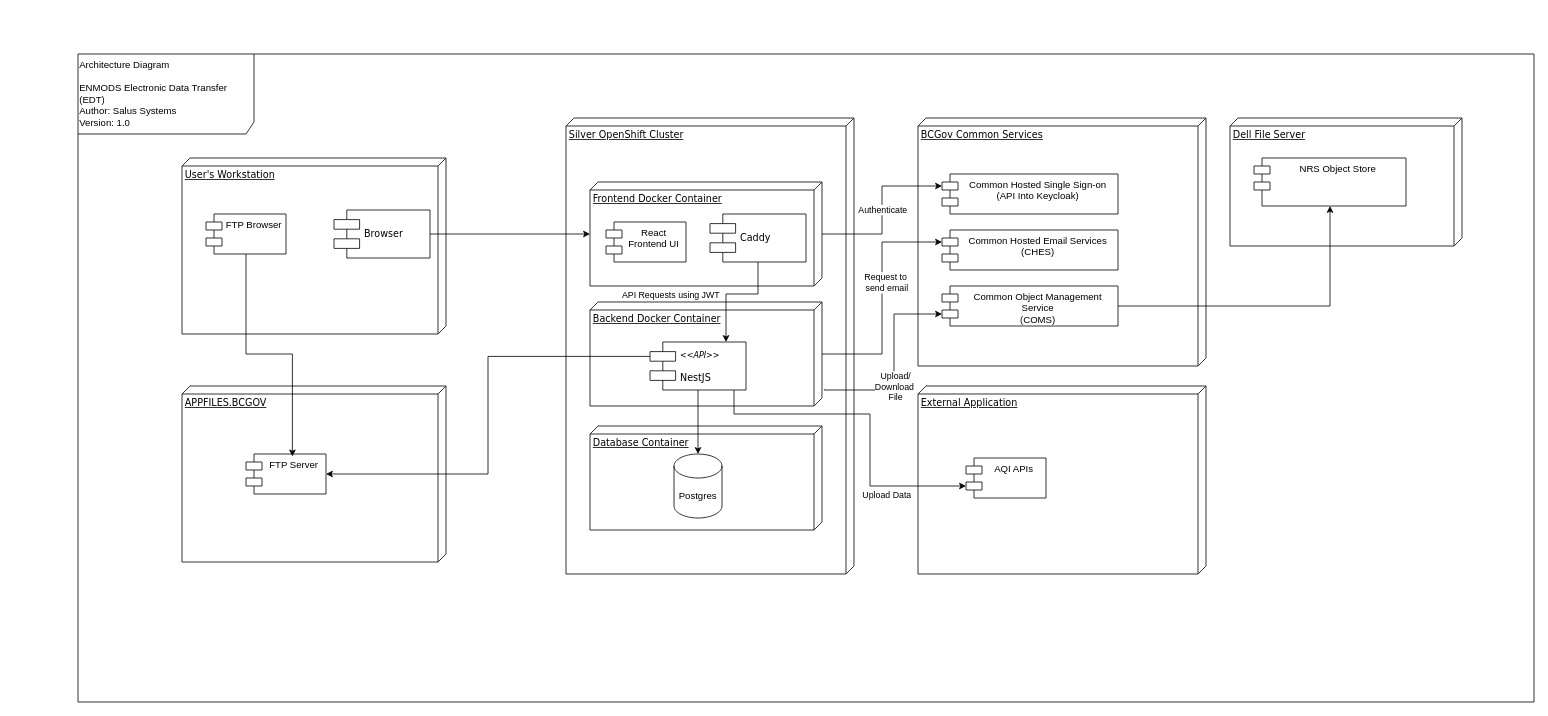
This is documentation/Architecture.drawio from bcgov/nr-enmods-dar, a draw.io file, before an edit. Source tidied: cells renumbered, new cells numbered last; positions are measured from the earlier drawing's top-left corner, leaving out a move shared by most shapes. Both pictures are drawn from the tidied source at 80%, with x=0, y=0 at pixel (78, 54).
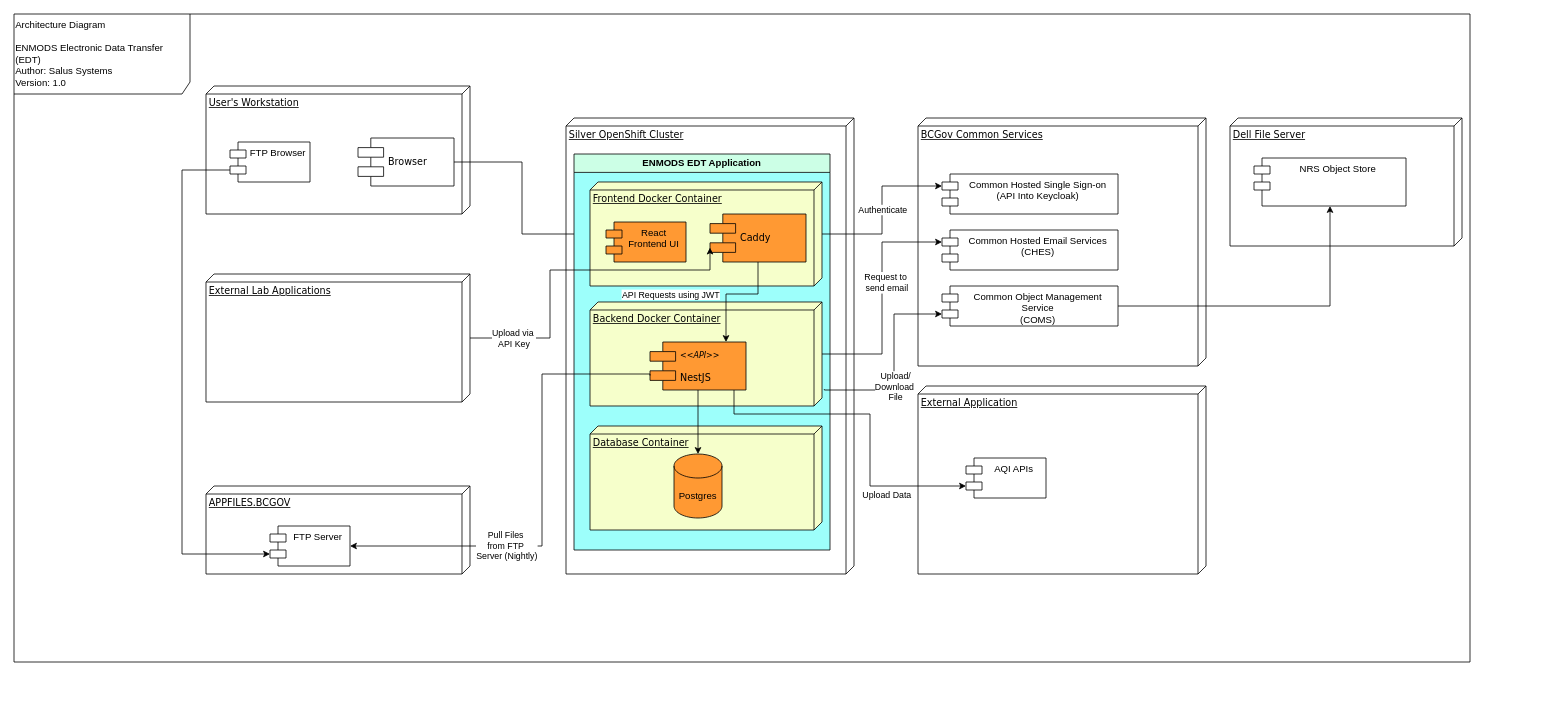
The same page after the edit.

The edit, as a diff of the source:
```diff
@@
     <mxCell id="2" value="User's Workstation" style="verticalAlign=top;align=left;spacingTop=8;spacingLeft=2;spacingRight=12;shape=cube;size=10;direction=south;fontStyle=4;html=1;rounded=0;shadow=0;comic=0;labelBackgroundColor=none;strokeWidth=1;fontFamily=Verdana;fontSize=12;" parent="1" vertex="1">
-      <mxGeometry x="130" y="130" width="330" height="220" as="geometry" />
+      <mxGeometry x="160" y="40" width="330" height="160" as="geometry" />
     </mxCell>
@@
     <mxCell id="5" value="Browser" style="shape=component;align=left;spacingLeft=36;rounded=0;shadow=0;comic=0;labelBackgroundColor=none;strokeWidth=1;fontFamily=Verdana;fontSize=12;html=1;" parent="1" vertex="1">
-      <mxGeometry x="320" y="195" width="120" height="60" as="geometry" />
+      <mxGeometry x="350" y="105" width="120" height="60" as="geometry" />
     </mxCell>
     <mxCell id="6" value="&lt;div align=&quot;center&quot;&gt;FTP Browser&lt;/div&gt;" style="shape=module;align=center;spacingLeft=20;align=center;verticalAlign=top;whiteSpace=wrap;html=1;" parent="1" vertex="1">
-      <mxGeometry x="160" y="200" width="100" height="50" as="geometry" />
+      <mxGeometry x="190" y="110" width="100" height="50" as="geometry" />
     </mxCell>
     <mxCell id="7" value="&lt;div align=&quot;left&quot;&gt;Architecture Diagram&lt;/div&gt;&lt;div align=&quot;left&quot;&gt;&lt;br&gt;&lt;/div&gt;&lt;div align=&quot;left&quot;&gt;ENMODS Electronic Data Transfer (EDT)&lt;/div&gt;&lt;div align=&quot;left&quot;&gt;Author: Salus Systems&lt;/div&gt;&lt;div align=&quot;left&quot;&gt;Version: 1.0&lt;/div&gt;" style="shape=umlFrame;whiteSpace=wrap;html=1;width=220;height=100;align=left;" parent="1" vertex="1">
-      <mxGeometry width="1820" height="810" as="geometry" />
+      <mxGeometry x="-80" y="-50" width="1820" height="810" as="geometry" />
     </mxCell>
+    <mxCell id="39" value="ENMODS EDT Application" style="swimlane;whiteSpace=wrap;html=1;fillColor=#CCFFE6;backgroundOutline=0;swimlaneFillColor=#9DFFFB;" parent="1" vertex="1">
+      <mxGeometry x="620" y="125" width="320" height="495" as="geometry" />
+    </mxCell>
-    <mxCell id="8" value="Frontend Docker Container" style="verticalAlign=top;align=left;spacingTop=8;spacingLeft=2;spacingRight=12;shape=cube;size=10;direction=south;fontStyle=4;html=1;rounded=0;shadow=0;comic=0;labelBackgroundColor=none;strokeWidth=1;fontFamily=Verdana;fontSize=12;" parent="1" vertex="1">
+    <mxCell id="8" value="Frontend Docker Container" style="verticalAlign=top;align=left;spacingTop=8;spacingLeft=2;spacingRight=12;shape=cube;size=10;direction=south;fontStyle=4;html=1;rounded=0;shadow=0;comic=0;labelBackgroundColor=none;strokeWidth=1;fontFamily=Verdana;fontSize=12;fillColor=#F6FFCB;" parent="1" vertex="1">
       <mxGeometry x="640" y="160" width="290" height="130" as="geometry" />
     </mxCell>
-    <mxCell id="9" value="Caddy" style="shape=component;align=left;spacingLeft=36;rounded=0;shadow=0;comic=0;labelBackgroundColor=none;strokeWidth=1;fontFamily=Verdana;fontSize=12;html=1;" parent="1" vertex="1">
+    <mxCell id="9" value="Caddy" style="shape=component;align=left;spacingLeft=36;rounded=0;shadow=0;comic=0;labelBackgroundColor=none;strokeWidth=1;fontFamily=Verdana;fontSize=12;html=1;fillColor=#FF9933;" parent="1" vertex="1">
       <mxGeometry x="790" y="200" width="120" height="60" as="geometry" />
     </mxCell>
-    <mxCell id="10" value="Backend Docker Container" style="verticalAlign=top;align=left;spacingTop=8;spacingLeft=2;spacingRight=12;shape=cube;size=10;direction=south;fontStyle=4;html=1;rounded=0;shadow=0;comic=0;labelBackgroundColor=none;strokeWidth=1;fontFamily=Verdana;fontSize=12;" parent="1" vertex="1">
+    <mxCell id="10" value="Backend Docker Container" style="verticalAlign=top;align=left;spacingTop=8;spacingLeft=2;spacingRight=12;shape=cube;size=10;direction=south;fontStyle=4;html=1;rounded=0;shadow=0;comic=0;labelBackgroundColor=none;strokeWidth=1;fontFamily=Verdana;fontSize=12;fillColor=#F6FFCB;" parent="1" vertex="1">
       <mxGeometry x="640" y="310" width="290" height="130" as="geometry" />
     </mxCell>
-    <mxCell id="11" value="&lt;div&gt;&lt;i&gt;&lt;font style=&quot;font-size: 10px;&quot;&gt;&amp;lt;&amp;lt;API&amp;gt;&amp;gt;&lt;/font&gt;&lt;/i&gt;&lt;/div&gt;&lt;div&gt;&lt;br&gt;&lt;/div&gt;&lt;div&gt;NestJS&lt;/div&gt;" style="shape=component;align=left;spacingLeft=36;rounded=0;shadow=0;comic=0;labelBackgroundColor=none;strokeWidth=1;fontFamily=Verdana;fontSize=12;html=1;" parent="1" vertex="1">
+    <mxCell id="11" value="&lt;div&gt;&lt;i&gt;&lt;font style=&quot;font-size: 10px;&quot;&gt;&amp;lt;&amp;lt;API&amp;gt;&amp;gt;&lt;/font&gt;&lt;/i&gt;&lt;/div&gt;&lt;div&gt;&lt;br&gt;&lt;/div&gt;&lt;div&gt;NestJS&lt;/div&gt;" style="shape=component;align=left;spacingLeft=36;rounded=0;shadow=0;comic=0;labelBackgroundColor=none;strokeWidth=1;fontFamily=Verdana;fontSize=12;html=1;fillColor=#FF9933;" parent="1" vertex="1">
       <mxGeometry x="715" y="360" width="120" height="60" as="geometry" />
     </mxCell>
-    <mxCell id="12" value="Database Container" style="verticalAlign=top;align=left;spacingTop=8;spacingLeft=2;spacingRight=12;shape=cube;size=10;direction=south;fontStyle=4;html=1;rounded=0;shadow=0;comic=0;labelBackgroundColor=none;strokeWidth=1;fontFamily=Verdana;fontSize=12;" parent="1" vertex="1">
+    <mxCell id="12" value="Database Container" style="verticalAlign=top;align=left;spacingTop=8;spacingLeft=2;spacingRight=12;shape=cube;size=10;direction=south;fontStyle=4;html=1;rounded=0;shadow=0;comic=0;labelBackgroundColor=none;strokeWidth=1;fontFamily=Verdana;fontSize=12;fillColor=#F6FFCB;" parent="1" vertex="1">
       <mxGeometry x="640" y="465" width="290" height="130" as="geometry" />
     </mxCell>
-    <mxCell id="13" value="Postgres" style="shape=cylinder3;whiteSpace=wrap;html=1;boundedLbl=1;backgroundOutline=1;size=15;" parent="1" vertex="1">
+    <mxCell id="13" value="Postgres" style="shape=cylinder3;whiteSpace=wrap;html=1;boundedLbl=1;backgroundOutline=1;size=15;fillColor=#FF9933;" parent="1" vertex="1">
       <mxGeometry x="745" y="500" width="60" height="80" as="geometry" />
     </mxCell>
@@
-    <mxCell id="21" value="React Frontend UI" style="shape=module;align=left;spacingLeft=20;align=center;verticalAlign=top;whiteSpace=wrap;html=1;" parent="1" vertex="1">
+    <mxCell id="21" value="React Frontend UI" style="shape=module;align=left;spacingLeft=20;align=center;verticalAlign=top;whiteSpace=wrap;html=1;fillColor=#FF9933;" parent="1" vertex="1">
       <mxGeometry x="660" y="210" width="100" height="50" as="geometry" />
     </mxCell>
@@
     <mxCell id="31" value="APPFILES.BCGOV" style="verticalAlign=top;align=left;spacingTop=8;spacingLeft=2;spacingRight=12;shape=cube;size=10;direction=south;fontStyle=4;html=1;rounded=0;shadow=0;comic=0;labelBackgroundColor=none;strokeWidth=1;fontFamily=Verdana;fontSize=12;" parent="1" vertex="1">
-      <mxGeometry x="130" y="415" width="330" height="220" as="geometry" />
+      <mxGeometry x="160" y="540" width="330" height="110" as="geometry" />
     </mxCell>
     <mxCell id="32" value="FTP Server" style="shape=module;align=center;spacingLeft=20;align=center;verticalAlign=top;whiteSpace=wrap;html=1;" parent="1" vertex="1">
-      <mxGeometry x="210" y="500" width="100" height="50" as="geometry" />
+      <mxGeometry x="240" y="590" width="100" height="50" as="geometry" />
     </mxCell>
-    <mxCell id="33" style="edgeStyle=orthogonalEdgeStyle;rounded=0;jettySize=auto;html=1;entryX=0.58;entryY=0.06;entryDx=0;entryDy=0;entryPerimeter=0;" parent="1" edge="1" source="6" target="32">
-      <mxGeometry relative="1" as="geometry" />
+    <mxCell id="33" style="edgeStyle=orthogonalEdgeStyle;rounded=0;jettySize=auto;html=1;entryX=0;entryY=0;entryDx=0;entryDy=35;entryPerimeter=0;exitX=0;exitY=0;exitDx=0;exitDy=35;exitPerimeter=0;" parent="1" edge="1" source="6" target="32">
+      <mxGeometry relative="1" as="geometry">
+        <Array as="points">
+          <mxPoint x="130" y="145" />
+          <mxPoint x="130" y="625" />
+        </Array>
+      </mxGeometry>
     </mxCell>
-    <mxCell id="34" style="edgeStyle=orthogonalEdgeStyle;rounded=0;jettySize=auto;html=1;exitX=0;exitY=0.3;exitDx=0;exitDy=0;entryX=1;entryY=0.5;entryDx=0;entryDy=0;" parent="1" edge="1" source="11" target="32">
-      <mxGeometry relative="1" as="geometry" />
+    <mxCell id="34" style="edgeStyle=orthogonalEdgeStyle;rounded=0;jettySize=auto;html=1;exitX=0;exitY=0.7;exitDx=0;exitDy=0;entryX=1;entryY=0.5;entryDx=0;entryDy=0;" parent="1" edge="1" source="11" target="32">
+      <mxGeometry relative="1" as="geometry">
+        <Array as="points">
+          <mxPoint x="715" y="400" />
+          <mxPoint x="580" y="400" />
+          <mxPoint x="580" y="615" />
+        </Array>
+      </mxGeometry>
     </mxCell>
+    <mxCell id="40" value="&lt;div&gt;Pull Files&amp;nbsp;&lt;/div&gt;&lt;div&gt;from FTP&amp;nbsp;&lt;/div&gt;&lt;div&gt;Server (Nightly)&lt;/div&gt;" style="edgeLabel;html=1;align=center;verticalAlign=middle;" parent="34" vertex="1">
+      <mxGeometry x="0.34" y="-1" relative="1" as="geometry" />
+    </mxCell>
@@
+    <mxCell id="41" style="edgeStyle=orthogonalEdgeStyle;rounded=0;jettySize=auto;html=1;entryX=0;entryY=0.7;entryDx=0;entryDy=0;" parent="1" edge="1" source="43" target="9">
+      <mxGeometry relative="1" as="geometry">
+        <Array as="points">
+          <mxPoint x="590" y="355" />
+          <mxPoint x="590" y="270" />
+          <mxPoint x="790" y="270" />
+        </Array>
+      </mxGeometry>
+    </mxCell>
+    <mxCell id="42" value="&lt;div&gt;Upload via&amp;nbsp;&lt;/div&gt;&lt;div&gt;API Key&lt;/div&gt;" style="edgeLabel;html=1;align=center;verticalAlign=middle;" parent="41" vertex="1">
+      <mxGeometry x="-0.74" relative="1" as="geometry" />
+    </mxCell>
+    <mxCell id="43" value="External Lab Applications" style="verticalAlign=top;align=left;spacingTop=8;spacingLeft=2;spacingRight=12;shape=cube;size=10;direction=south;fontStyle=4;html=1;rounded=0;shadow=0;comic=0;labelBackgroundColor=none;strokeWidth=1;fontFamily=Verdana;fontSize=12;" parent="1" vertex="1">
+      <mxGeometry x="160" y="275" width="330" height="160" as="geometry" />
+    </mxCell>
```
